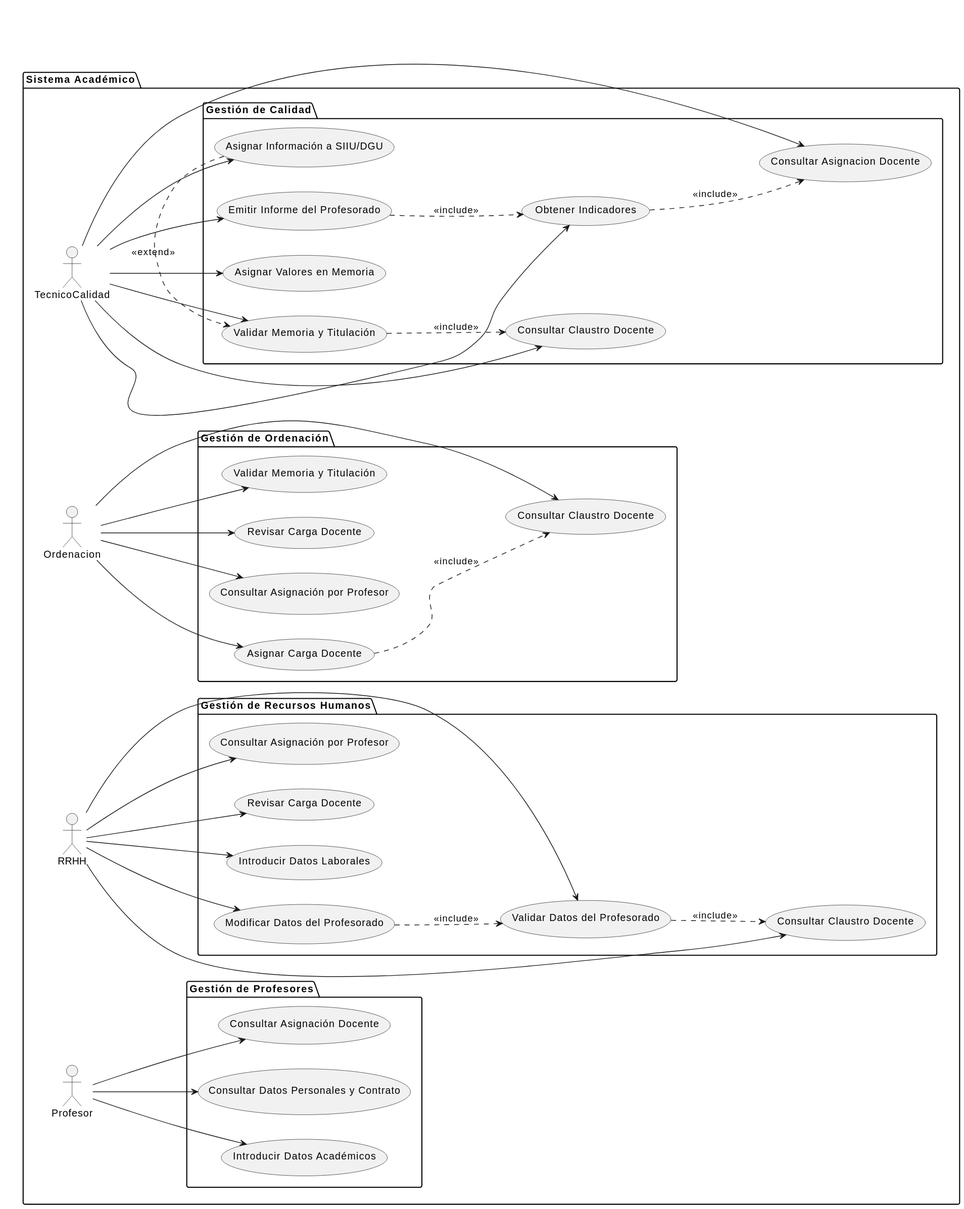
Above: images/modelosUML/CdU/EstructurarCasosDeUso/Sistema.svg in mmasias/24-25-IdSw1-SDR (PlantUML), before the change.
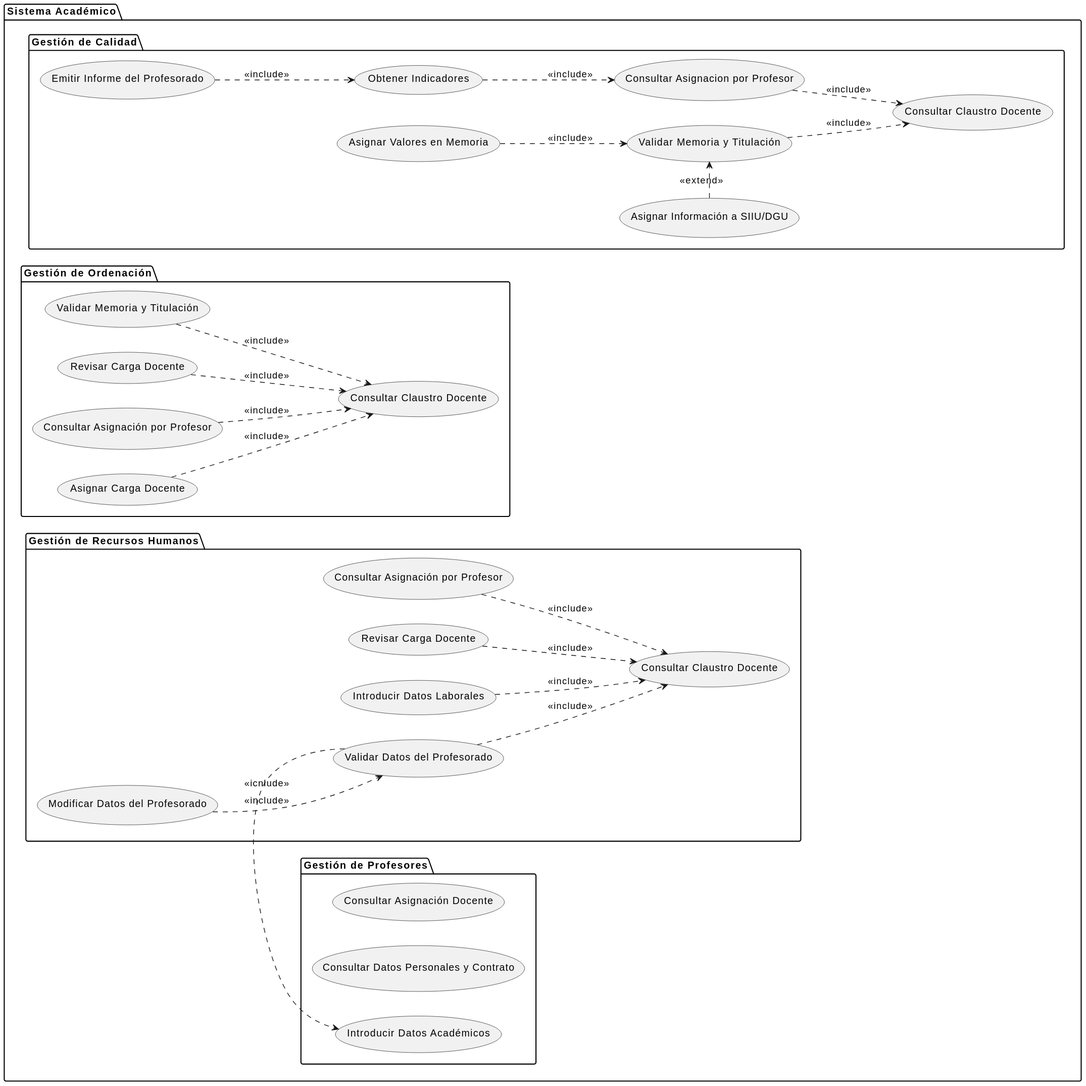
Above is the later version.

Change to the diagram source:
```diff
@@ -27,7 +27,7 @@
 
     package "Gestión de Calidad" {
         usecase "Consultar Claustro Docente" as ConsultarClaustroCalidad
-        usecase "Consultar Asignacion Docente" as ConsultarAsignacionCalidad
+        usecase "Consultar Asignacion por Profesor" as ConsultarAsignacionCalidad
         usecase "Asignar Valores en Memoria" as AsignarValoresMemoria
         usecase "Asignar Información a SIIU/DGU" as AsignarInformacion
         usecase "Validar Memoria y Titulación" as ValidarMemoria
@@ -35,44 +35,23 @@
         usecase "Emitir Informe del Profesorado" as EmitirInforme
     }
 
-    actor Profesor
-    actor RRHH as RecursosHumanos
-    actor Ordenacion
-    actor TecnicoCalidad as Tecnico
-
-    Profesor --> IntroducirExperiencia
-    Profesor --> ConsultarDatosPersonales
-    Profesor --> ConsultarAsignaciones
-
-    RecursosHumanos --> ValidarDatosRRHH
-    RecursosHumanos --> ModificarDatosRRHH
-    RecursosHumanos --> IntroducirContrato
-    RecursosHumanos --> RevisarCargaRRHH
-    RecursosHumanos --> ConsultarClaustroRRHH
-    RecursosHumanos --> ConsultarAsignacionRRHH
-
-    Ordenacion --> AsignarCargaOrdenacion
-    Ordenacion --> ConsultarClaustroOrdenacion
-    Ordenacion --> ConsultarAsignacionOrdenacion
-    Ordenacion --> RevisarCargaOrdenacion
-    Ordenacion --> RevisarMemoria
-
-    Tecnico --> AsignarValoresMemoria
-    Tecnico --> AsignarInformacion
-    Tecnico --> ValidarMemoria
-    Tecnico --> ObtenerIndicadores
-    Tecnico --> EmitirInforme
-    Tecnico --> ConsultarClaustroCalidad
-    Tecnico --> ConsultarAsignacionCalidad
-
     ValidarDatosRRHH ..> ConsultarClaustroRRHH : <<include>>
     ModificarDatosRRHH ..> ValidarDatosRRHH : <<include>>
+    IntroducirContrato ..> ConsultarClaustroRRHH : <<include>>
+    ConsultarAsignacionRRHH ..> ConsultarClaustroRRHH : <<include>>
+    RevisarCargaRRHH ..> ConsultarClaustroRRHH : <<include>>
+    ValidarDatosRRHH .> IntroducirExperiencia : <<icnlude>>
 
     AsignarCargaOrdenacion ..> ConsultarClaustroOrdenacion : <<include>>
+    RevisarMemoria ..> ConsultarClaustroOrdenacion : <<include>>
+    ConsultarAsignacionOrdenacion ..> ConsultarClaustroOrdenacion : <<include>>
+    RevisarCargaOrdenacion ..> ConsultarClaustroOrdenacion : <<include>>
 
     ValidarMemoria ..> ConsultarClaustroCalidad : <<include>>
     EmitirInforme ..> ObtenerIndicadores : <<include>>
     ObtenerIndicadores ..> ConsultarAsignacionCalidad : <<include>>
+    AsignarValoresMemoria ..> ValidarMemoria : <<include>>
+    ConsultarAsignacionCalidad ..> ConsultarClaustroCalidad : <<include>>
 
     AsignarInformacion .> ValidarMemoria : <<extend>>
 }
```
